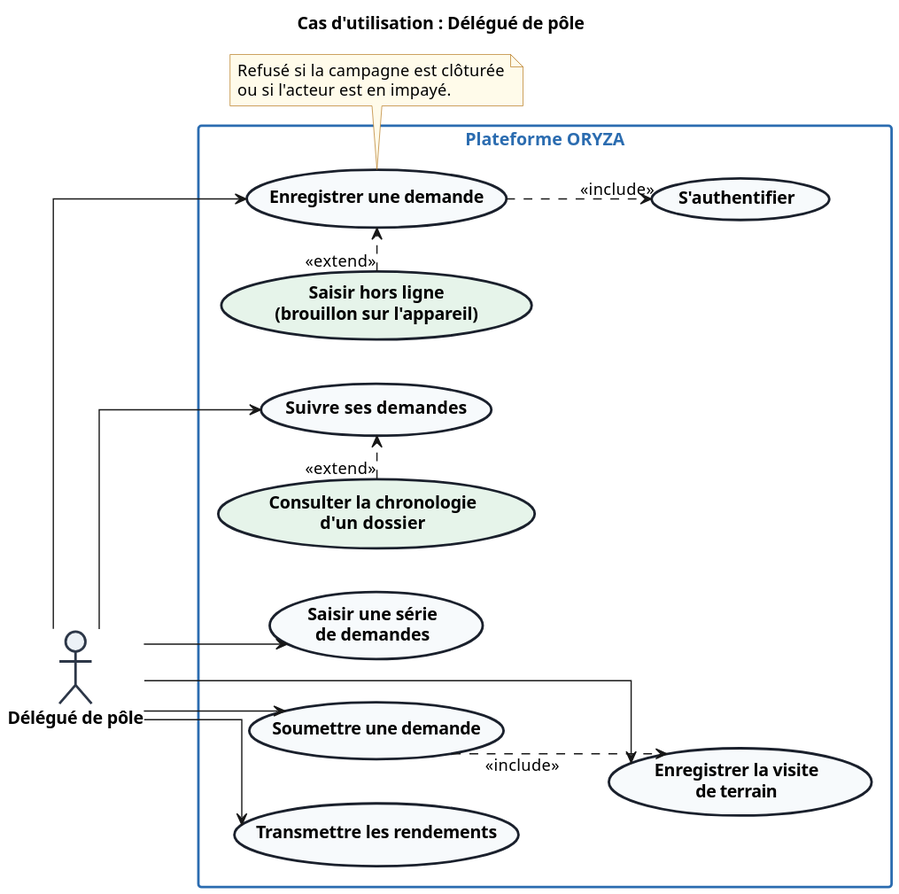
Earlier version of the PlantUML export docs/v2/usecases/uc_delegue_pole.svg (marasse-codec/ORYZAPP). Its diagram source:
```plantuml
@startuml
title Cas d'utilisation : Délégué de pôle
!include ../style.puml
left to right direction

actor "Délégué de pôle" as DP

rectangle "<b>Plateforme ORYZA</b>" {
    usecase "S'authentifier" as UC_Auth
    usecase "Enregistrer une demande" as UC_Demande
    usecase "Saisir hors ligne\n(brouillon sur l'appareil)" as UC_HorsLigne $NOUVEAU
    usecase "Saisir une série\nde demandes" as UC_Serie
    usecase "Enregistrer la visite\nde terrain" as UC_Visite
    usecase "Soumettre une demande" as UC_Soumettre
    usecase "Suivre ses demandes" as UC_Suivre
    usecase "Consulter la chronologie\nd'un dossier" as UC_Chrono $NOUVEAU
    usecase "Transmettre les rendements" as UC_Rendement
}

DP --> UC_Demande
DP --> UC_Serie
DP --> UC_Visite
DP --> UC_Soumettre
DP --> UC_Suivre
DP --> UC_Rendement

UC_HorsLigne .> UC_Demande : <<extend>>
UC_Chrono .> UC_Suivre : <<extend>>
UC_Soumettre ..> UC_Visite : <<include>>
UC_Demande ..> UC_Auth : <<include>>

note bottom of UC_Demande
  Refusé si la campagne est clôturée
  ou si l'acteur est en impayé.
end note
@enduml
```
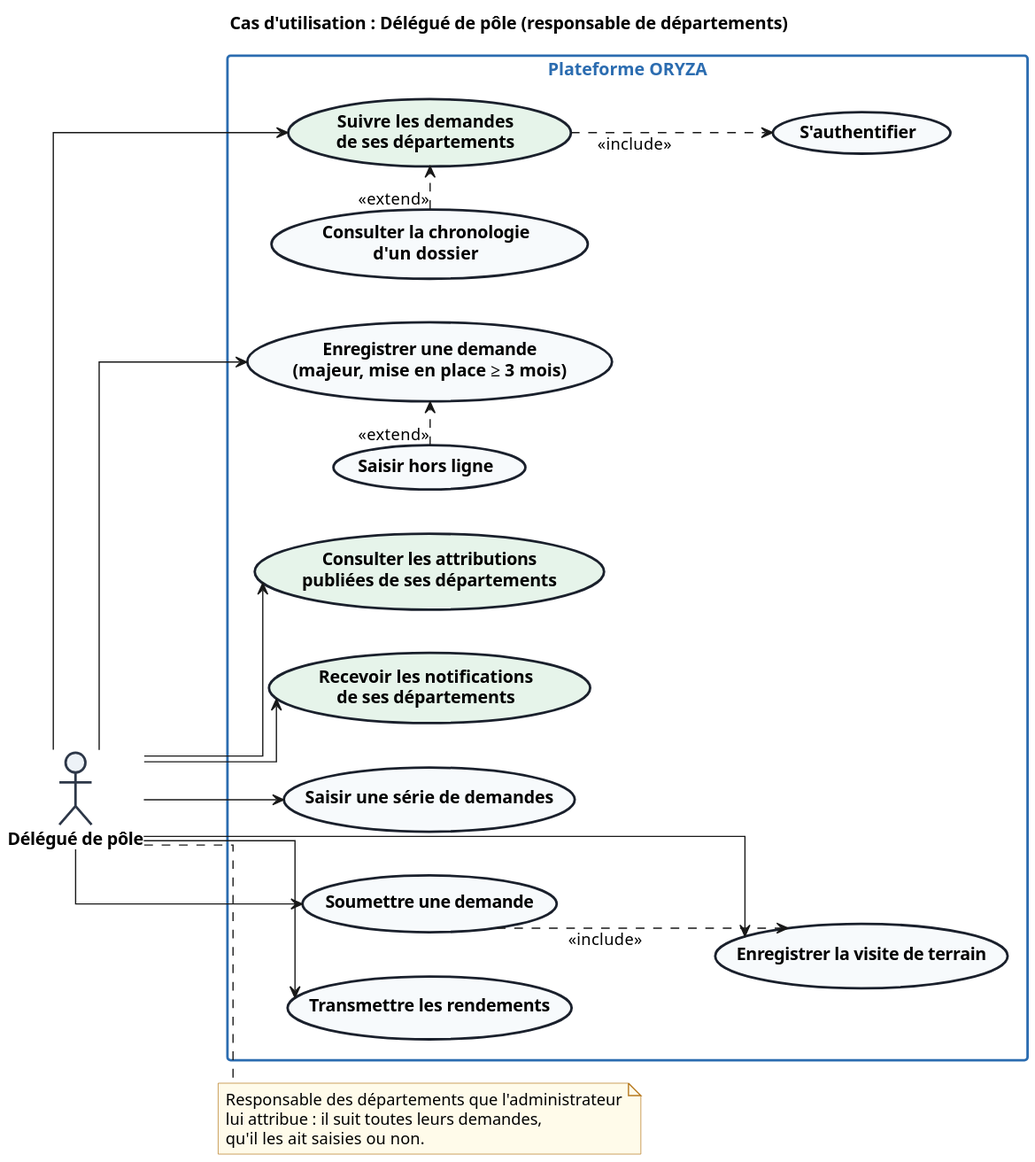
After the change.

The edit, as a diff of the source:
```diff
@@ -1,5 +1,5 @@
 @startuml
-title Cas d'utilisation : Délégué de pôle
+title Cas d'utilisation : Délégué de pôle (responsable de départements)
 !include ../style.puml
 left to right direction
 
@@ -7,30 +7,35 @@
 
 rectangle "<b>Plateforme ORYZA</b>" {
     usecase "S'authentifier" as UC_Auth
-    usecase "Enregistrer une demande" as UC_Demande
-    usecase "Saisir hors ligne\n(brouillon sur l'appareil)" as UC_HorsLigne $NOUVEAU
-    usecase "Saisir une série\nde demandes" as UC_Serie
-    usecase "Enregistrer la visite\nde terrain" as UC_Visite
+    usecase "Suivre les demandes\nde ses départements" as UC_Suivre $NOUVEAU
+    usecase "Consulter la chronologie\nd'un dossier" as UC_Chrono
+    usecase "Consulter les attributions\npubliées de ses départements" as UC_Attributions $NOUVEAU
+    usecase "Recevoir les notifications\nde ses départements" as UC_Notif $NOUVEAU
+    usecase "Enregistrer une demande\n(majeur, mise en place ≥ 3 mois)" as UC_Demande
+    usecase "Saisir hors ligne" as UC_HorsLigne
+    usecase "Saisir une série de demandes" as UC_Serie
+    usecase "Enregistrer la visite de terrain" as UC_Visite
     usecase "Soumettre une demande" as UC_Soumettre
-    usecase "Suivre ses demandes" as UC_Suivre
-    usecase "Consulter la chronologie\nd'un dossier" as UC_Chrono $NOUVEAU
     usecase "Transmettre les rendements" as UC_Rendement
 }
 
+DP --> UC_Suivre
+DP --> UC_Attributions
+DP --> UC_Notif
 DP --> UC_Demande
 DP --> UC_Serie
 DP --> UC_Visite
 DP --> UC_Soumettre
-DP --> UC_Suivre
 DP --> UC_Rendement
 
+UC_Chrono .> UC_Suivre : <<extend>>
 UC_HorsLigne .> UC_Demande : <<extend>>
-UC_Chrono .> UC_Suivre : <<extend>>
 UC_Soumettre ..> UC_Visite : <<include>>
-UC_Demande ..> UC_Auth : <<include>>
+UC_Suivre ..> UC_Auth : <<include>>
 
-note bottom of UC_Demande
-  Refusé si la campagne est clôturée
-  ou si l'acteur est en impayé.
+note right of DP
+  Responsable des départements que l'administrateur
+  lui attribue : il suit toutes leurs demandes,
+  qu'il les ait saisies ou non.
 end note
 @enduml
```
